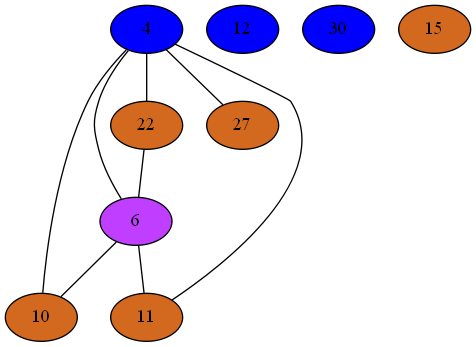
The Graphviz diagram Compiler/12iGraph.png in mbajaj92/Project-Astoria, before a commit. Its source is kept beside it as Compiler/12iGraph.dot. Its diagram source:
```dot
strict graph {
4[label="4" style=filled fillcolor="blue1"];
4 -- 22
4 -- 6
4 -- 10
4 -- 27
4 -- 11
22[label="22" style=filled fillcolor="chocolate"];
22 -- 4
22 -- 6
6[label="6" style=filled fillcolor="darkorchid1"];
6 -- 4
6 -- 22
6 -- 10
6 -- 11
10[label="10" style=filled fillcolor="chocolate"];
10 -- 4
10 -- 6
27[label="27" style=filled fillcolor="chocolate"];
27 -- 4
11[label="11" style=filled fillcolor="chocolate"];
11 -- 4
11 -- 6
12[label="12" style=filled fillcolor="blue1"];
30[label="30" style=filled fillcolor="blue1"];
15[label="15" style=filled fillcolor="chocolate"];
}
```
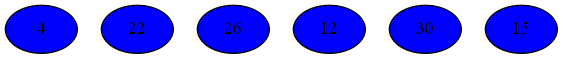
Above is the later version.

What changed in the source:
```diff
@@ -1,27 +1,8 @@
 strict graph {
 4[label="4" style=filled fillcolor="blue1"];
-4 -- 22
-4 -- 6
-4 -- 10
-4 -- 27
-4 -- 11
-22[label="22" style=filled fillcolor="chocolate"];
-22 -- 4
-22 -- 6
-6[label="6" style=filled fillcolor="darkorchid1"];
-6 -- 4
-6 -- 22
-6 -- 10
-6 -- 11
-10[label="10" style=filled fillcolor="chocolate"];
-10 -- 4
-10 -- 6
-27[label="27" style=filled fillcolor="chocolate"];
-27 -- 4
-11[label="11" style=filled fillcolor="chocolate"];
-11 -- 4
-11 -- 6
+22[label="22" style=filled fillcolor="blue1"];
+26[label="26" style=filled fillcolor="blue1"];
 12[label="12" style=filled fillcolor="blue1"];
 30[label="30" style=filled fillcolor="blue1"];
-15[label="15" style=filled fillcolor="chocolate"];
+15[label="15" style=filled fillcolor="blue1"];
 }
```
